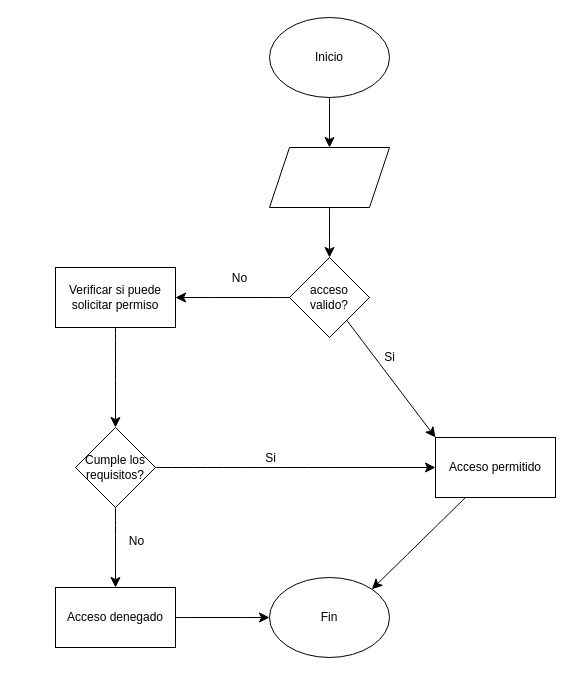
This is page "Ejercicio 8" (8 of 10) of Diagrama sin título.drawio from DemoNxriN/ASIX1, a draw.io file, before an edit. Source tidied: cells renumbered, new cells numbered last; positions are measured from the earlier drawing's top-left corner, leaving out a move shared by most shapes. Both pictures are drawn from the tidied source at 100%, with x=0, y=0 at pixel (55, 17).
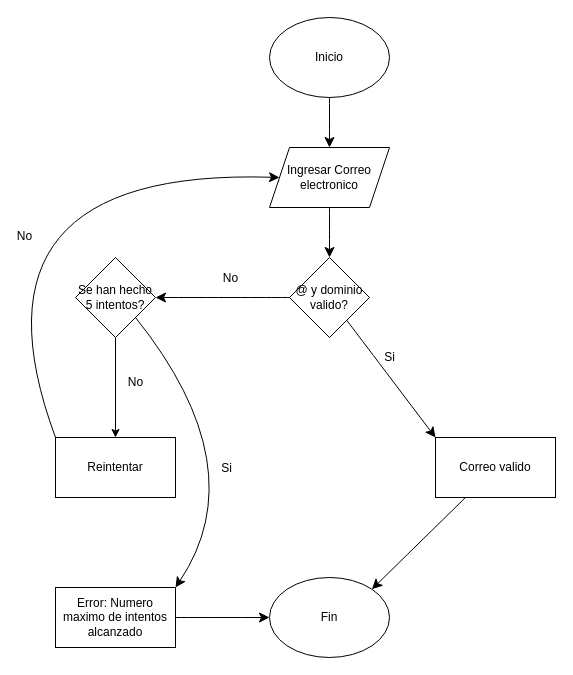
Above is the later version.

The edit, as a diff of the source:
```diff
@@
-    <mxCell id="6" style="shape=parallelogram;perimeter=parallelogramPerimeter;whiteSpace=wrap;html=1;fixedSize=1;" parent="1" vertex="1">
+    <mxCell id="6" value="Ingresar Correo electronico" style="shape=parallelogram;perimeter=parallelogramPerimeter;whiteSpace=wrap;html=1;fixedSize=1;" parent="1" vertex="1">
       <mxGeometry x="214" y="130" width="120" height="60" as="geometry" />
     </mxCell>
@@
-    <mxCell id="9" style="edgeStyle=none;curved=1;rounded=0;jettySize=auto;html=1;fontSize=12;startSize=8;endSize=8;entryX=1;entryY=0.5;entryDx=0;entryDy=0;" parent="1" edge="1" source="11" target="15">
+    <mxCell id="9" style="edgeStyle=none;curved=1;rounded=0;jettySize=auto;html=1;fontSize=12;startSize=8;endSize=8;entryX=1;entryY=0.5;entryDx=0;entryDy=0;" parent="1" edge="1" source="11" target="24">
       <mxGeometry relative="1" as="geometry" />
     </mxCell>
@@
-    <mxCell id="11" value="acceso valido?" style="rhombus;whiteSpace=wrap;html=1;" parent="1" vertex="1">
+    <mxCell id="11" value="@ y dominio valido?" style="rhombus;whiteSpace=wrap;html=1;" parent="1" vertex="1">
       <mxGeometry x="234" y="240" width="80" height="80" as="geometry" />
     </mxCell>
@@
-    <mxCell id="13" value="Acceso permitido" style="rounded=0;whiteSpace=wrap;html=1;" parent="1" vertex="1">
+    <mxCell id="13" value="Correo valido" style="rounded=0;whiteSpace=wrap;html=1;" parent="1" vertex="1">
       <mxGeometry x="380" y="420" width="120" height="60" as="geometry" />
     </mxCell>
-    <mxCell id="14" style="edgeStyle=none;curved=1;rounded=0;jettySize=auto;html=1;fontSize=12;startSize=8;endSize=8;" parent="1" edge="1" source="15" target="20">
-      <mxGeometry relative="1" as="geometry" />
-    </mxCell>
-    <mxCell id="15" value="Verificar si puede solicitar permiso" style="rounded=0;whiteSpace=wrap;html=1;" parent="1" vertex="1">
-      <mxGeometry y="250" width="120" height="60" as="geometry" />
-    </mxCell>
-    <mxCell id="16" style="edgeStyle=none;curved=1;rounded=0;jettySize=auto;html=1;exitX=1;exitY=0.5;exitDx=0;exitDy=0;entryX=0;entryY=0.5;entryDx=0;entryDy=0;fontSize=12;startSize=8;endSize=8;" parent="1" edge="1" source="20" target="13">
-      <mxGeometry relative="1" as="geometry" />
+    <mxCell id="16" value="No" style="edgeStyle=none;curved=1;rounded=0;jettySize=auto;html=1;fontSize=12;startSize=8;endSize=8;exitX=0;exitY=0;exitDx=0;exitDy=0;entryX=0;entryY=0.5;entryDx=0;entryDy=0;" parent="1" edge="1" source="25" target="6">
+      <mxGeometry x="-0.35" y="-41" relative="1" as="geometry">
+        <Array as="points">
+          <mxPoint x="-100" y="150" />
+        </Array>
+      </mxGeometry>
     </mxCell>
-    <mxCell id="17" value="Si" style="edgeLabel;html=1;align=center;verticalAlign=middle;fontSize=12;" parent="16" vertex="1">
-      <mxGeometry x="-0.25" y="1" relative="1" as="geometry">
-        <mxPoint x="9" y="-9" as="offset" />
-      </mxGeometry>
-    </mxCell>
-    <mxCell id="18" style="edgeStyle=none;curved=1;rounded=0;jettySize=auto;html=1;fontSize=12;startSize=8;endSize=8;" parent="1" edge="1" source="20" target="22">
-      <mxGeometry relative="1" as="geometry" />
+    <mxCell id="18" style="edgeStyle=none;curved=1;rounded=0;jettySize=auto;html=1;fontSize=12;startSize=8;endSize=8;exitX=1;exitY=1;exitDx=0;exitDy=0;entryX=1;entryY=0;entryDx=0;entryDy=0;" parent="1" edge="1" source="24" target="22">
+      <mxGeometry relative="1" as="geometry">
+        <Array as="points">
+          <mxPoint x="200" y="450" />
+        </Array>
+      </mxGeometry>
     </mxCell>
-    <mxCell id="19" value="No" style="edgeLabel;html=1;align=center;verticalAlign=middle;fontSize=12;" parent="18" vertex="1">
+    <mxCell id="19" value="Si" style="edgeLabel;html=1;align=center;verticalAlign=middle;fontSize=12;" parent="18" vertex="1">
       <mxGeometry x="-0.17" relative="1" as="geometry">
-        <mxPoint x="20" as="offset" />
+        <mxPoint x="3" y="41" as="offset" />
       </mxGeometry>
     </mxCell>
-    <mxCell id="20" value="Cumple los requisitos?" style="rhombus;whiteSpace=wrap;html=1;rounded=0;" parent="1" vertex="1">
-      <mxGeometry x="20" y="410" width="80" height="80" as="geometry" />
-    </mxCell>
@@
-    <mxCell id="22" value="Acceso denegado" style="whiteSpace=wrap;html=1;rounded=0;" parent="1" vertex="1">
+    <mxCell id="22" value="Error: Numero maximo de intentos alcanzado" style="whiteSpace=wrap;html=1;rounded=0;" parent="1" vertex="1">
       <mxGeometry y="570" width="120" height="60" as="geometry" />
     </mxCell>
+    <mxCell id="23" style="edgeStyle=orthogonalEdgeStyle;rounded=0;jettySize=auto;html=1;" parent="1" edge="1" source="24" target="25">
+      <mxGeometry relative="1" as="geometry" />
+    </mxCell>
+    <mxCell id="24" value="Se han hecho 5 intentos?" style="rhombus;whiteSpace=wrap;html=1;" parent="1" vertex="1">
+      <mxGeometry x="20" y="240" width="80" height="80" as="geometry" />
+    </mxCell>
+    <mxCell id="25" value="Reintentar" style="rounded=0;whiteSpace=wrap;html=1;" parent="1" vertex="1">
+      <mxGeometry y="420" width="120" height="60" as="geometry" />
+    </mxCell>
+    <mxCell id="26" value="No" style="text;html=1;align=center;verticalAlign=middle;strokeColor=none;fillColor=none;" parent="1" vertex="1">
+      <mxGeometry x="60" y="350" width="40" height="30" as="geometry" />
+    </mxCell>
```
